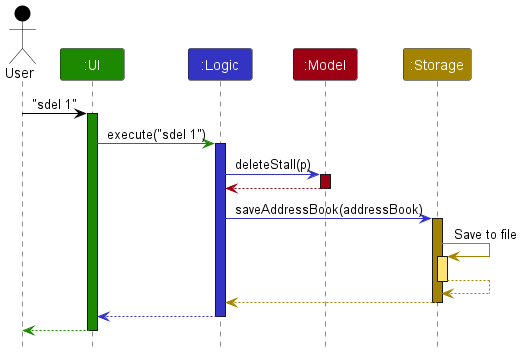
The PlantUML diagram docs/images/ArchitectureSequenceDiagram.png in nus-cs2103-AY2223S1/tp, before a commit.
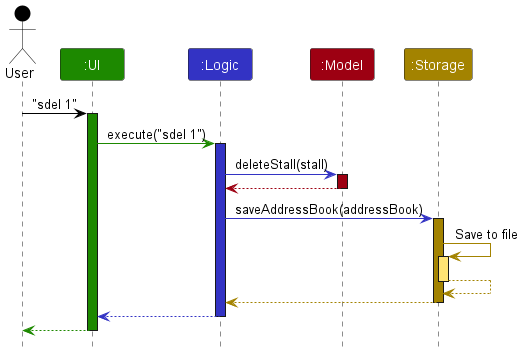
After the commit.

Diff of the diagram source:
```diff
@@ -13,7 +13,7 @@
 ui -[UI_COLOR]> logic : execute("sdel 1")
 activate logic LOGIC_COLOR
 
-logic -[LOGIC_COLOR]> model : deleteStall(p)
+logic -[LOGIC_COLOR]> model : deleteStall(stall)
 activate model MODEL_COLOR
 
 model -[MODEL_COLOR]-> logic
```
